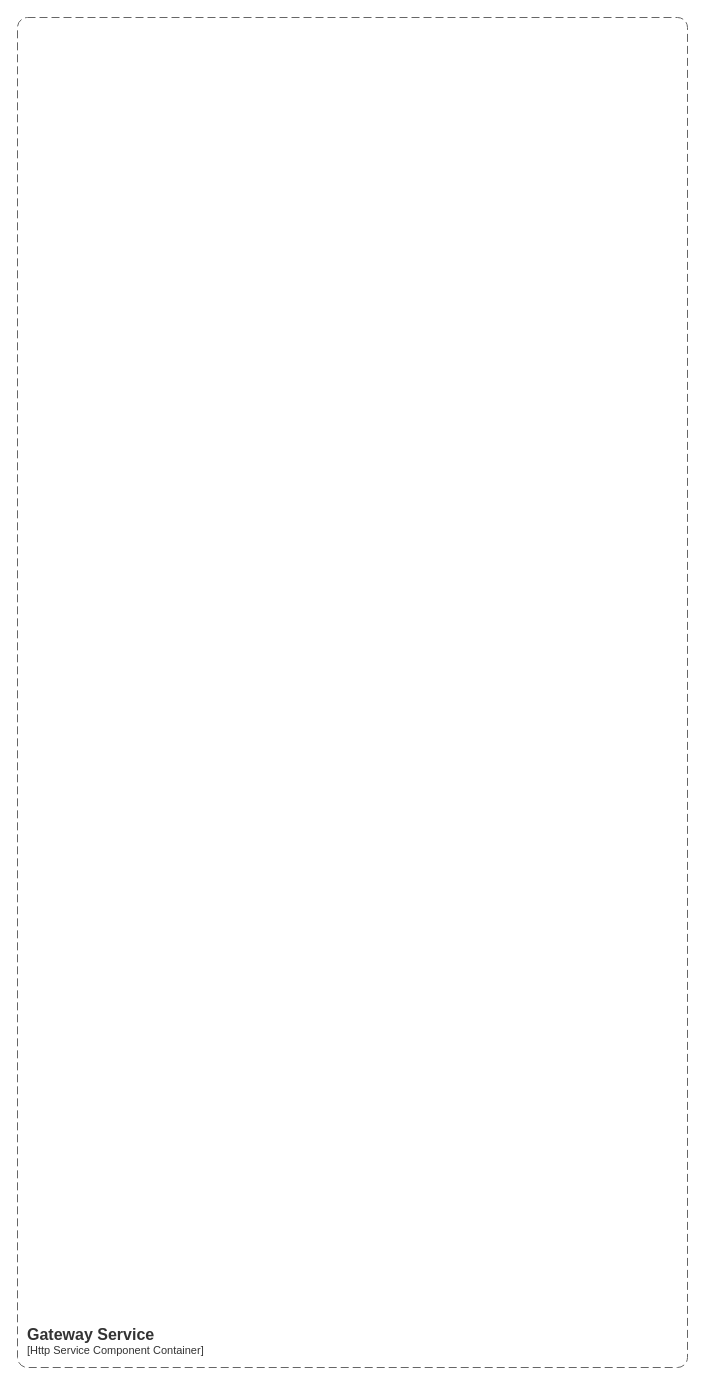
Before: universal-engine/universal-advertisement.drawio in karlchan-cn/drawio-repository, a draw.io diagram. Source tidied: cells renumbered, new cells numbered last; positions are measured from the earlier drawing's top-left corner, leaving out a move shared by most shapes. Both pictures are drawn from the tidied source at 100%, with x=0, y=0 at pixel (17, 17).
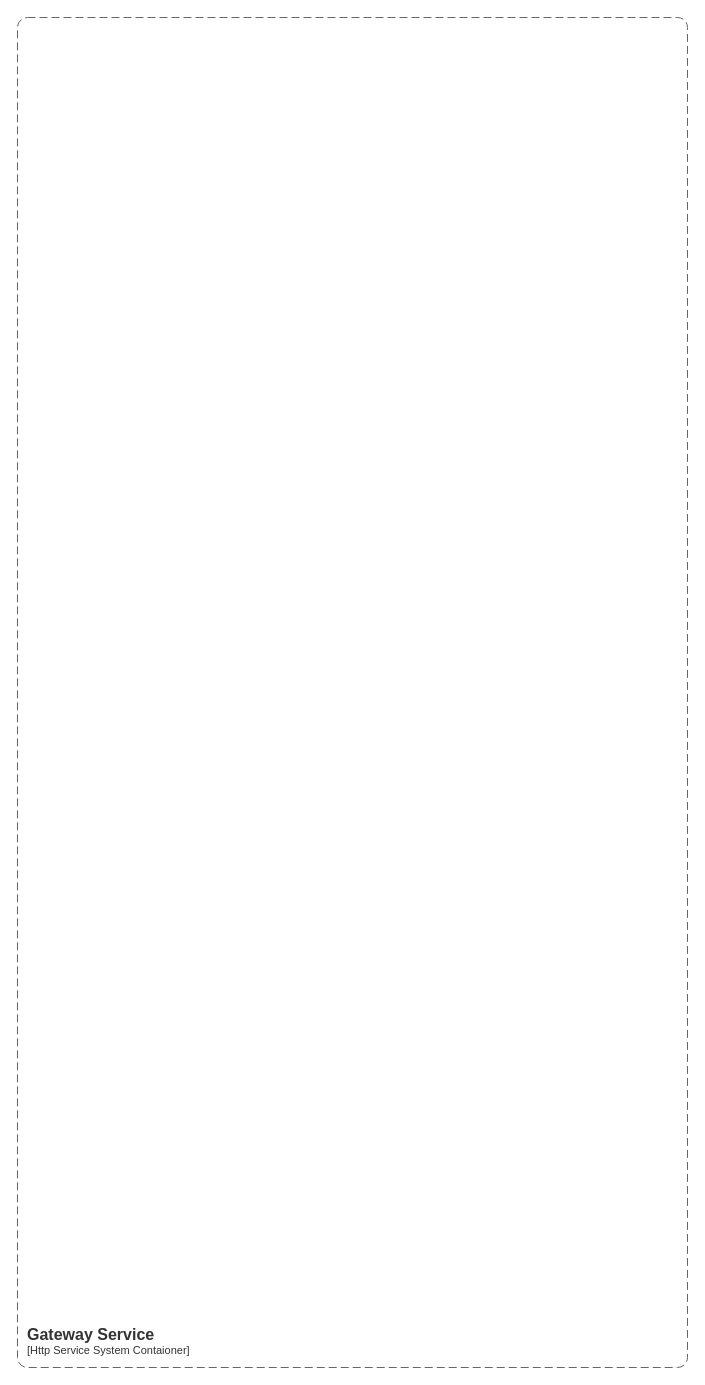
After the change.

What changed in the source:
```diff
@@
 <mxGraphModel>
   <root>
     <mxCell id="0" />
     <mxCell id="1" parent="0" />
-    <object id="2" label="&lt;font style=&quot;font-size: 16px&quot;&gt;&lt;b&gt;&lt;div style=&quot;text-align: left&quot;&gt;%c4Name%&lt;/div&gt;&lt;/b&gt;&lt;/font&gt;&lt;div style=&quot;text-align: left&quot;&gt;[%c4Application%]&lt;/div&gt;" c4Application="Http Service Component Container" c4Name="Gateway Service" placeholders="1">
+    <object id="2" label="&lt;font style=&quot;font-size: 16px&quot;&gt;&lt;b&gt;&lt;div style=&quot;text-align: left&quot;&gt;%c4Name%&lt;/div&gt;&lt;/b&gt;&lt;/font&gt;&lt;div style=&quot;text-align: left&quot;&gt;[%c4Application%]&lt;/div&gt;" c4Application="Http Service System Contaioner" c4Name="Gateway Service" placeholders="1">
       <mxCell style="rounded=1;fontSize=11;whiteSpace=wrap;html=1;dashed=1;arcSize=20;fillColor=none;strokeColor=#666666;fontColor=#333333;labelBackgroundColor=none;align=left;verticalAlign=bottom;labelBorderColor=none;spacingTop=0;spacing=10;dashPattern=8 4;perimeter=rectanglePerimeter;noLabel=0;labelPadding=0;absoluteArcSize=1;" parent="1" vertex="1">
         <mxGeometry width="670" height="1350" as="geometry" />
       </mxCell>
     </object>
   </root>
 </mxGraphModel>
```
